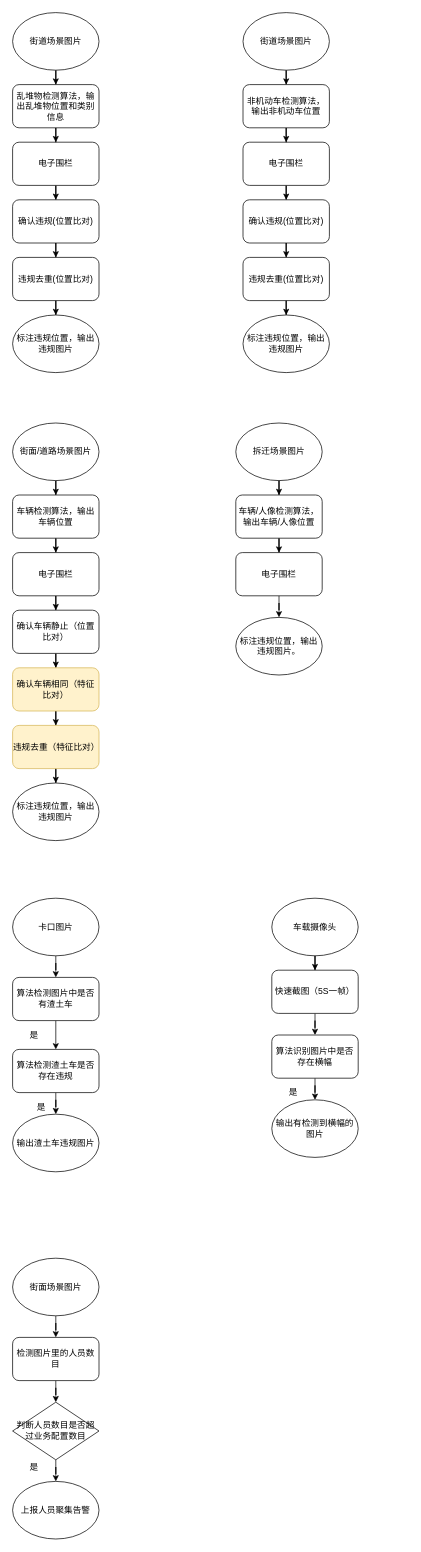
Above: stream.drawio in yangchengtest/draw.io (draw.io), before the change. Source tidied: cells renumbered, new cells numbered last; positions are measured from the earlier drawing's top-left corner, leaving out a move shared by most shapes. Both pictures are drawn from the tidied source at 72%, with x=0, y=0 at pixel (12, 12).
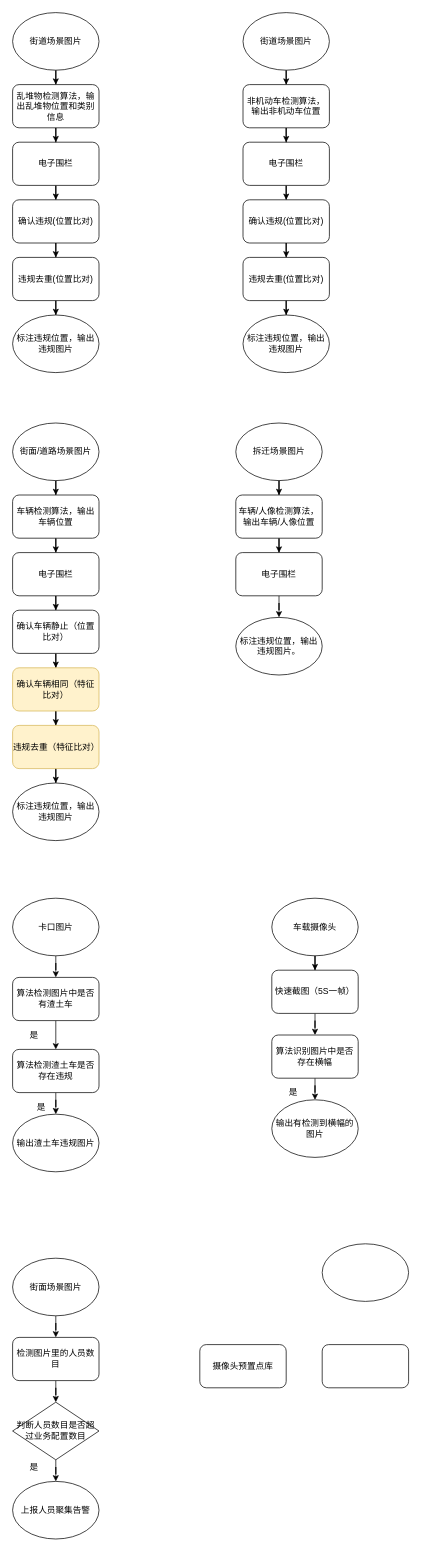
After the change.

What changed in the source:
```diff
@@
+    <mxCell id="69" style="ellipse;whiteSpace=wrap;html=1;" parent="1" vertex="1">
+      <mxGeometry x="430" y="1710" width="120" height="80" as="geometry" />
+    </mxCell>
+    <mxCell id="70" value="摄像头预置点库" style="rounded=1;whiteSpace=wrap;html=1;" parent="1" vertex="1">
+      <mxGeometry x="260" y="1850" width="120" height="60" as="geometry" />
+    </mxCell>
+    <mxCell id="71" style="rounded=1;whiteSpace=wrap;html=1;" parent="1" vertex="1">
+      <mxGeometry x="430" y="1850" width="120" height="60" as="geometry" />
+    </mxCell>
```
